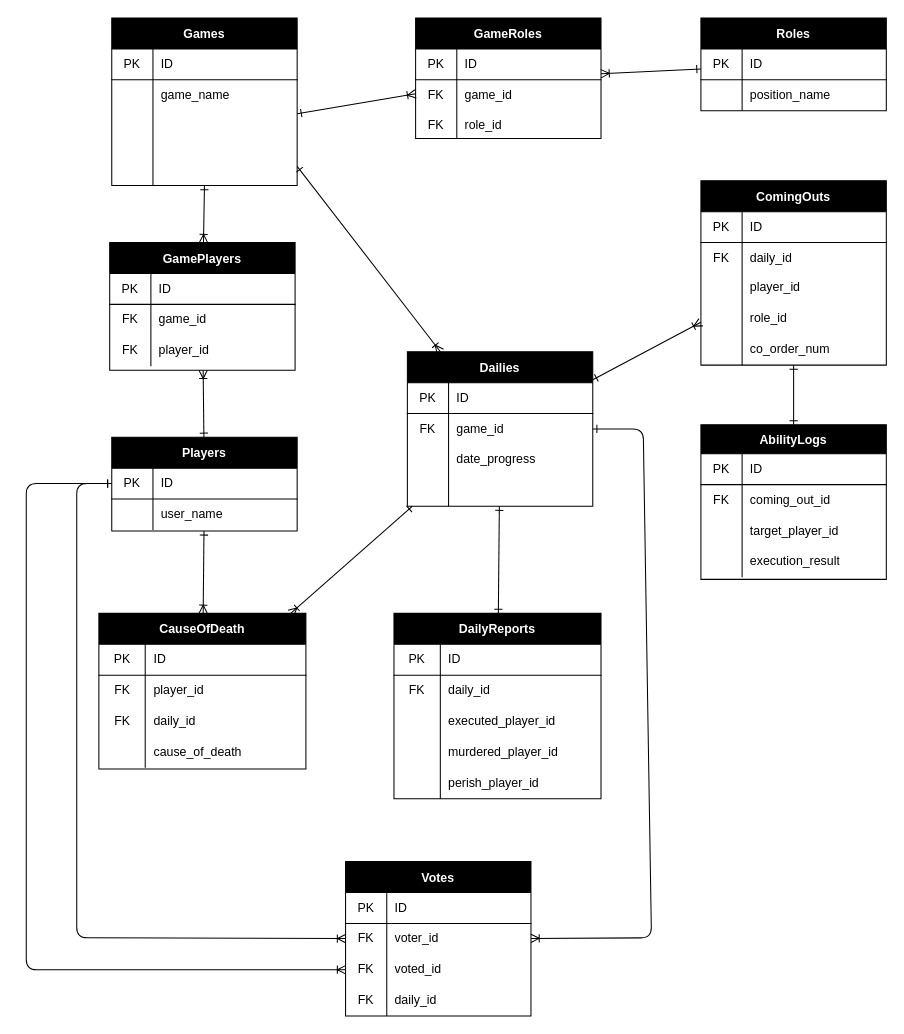
Above: werewolf_analysis.dio in Kamegrueon/backend (draw.io), before the change. Source tidied: cells renumbered, new cells numbered last; positions are measured from the earlier drawing's top-left corner, leaving out a move shared by most shapes. Both pictures are drawn from the tidied source at 103%, with x=0, y=0 at pixel (26, 18).
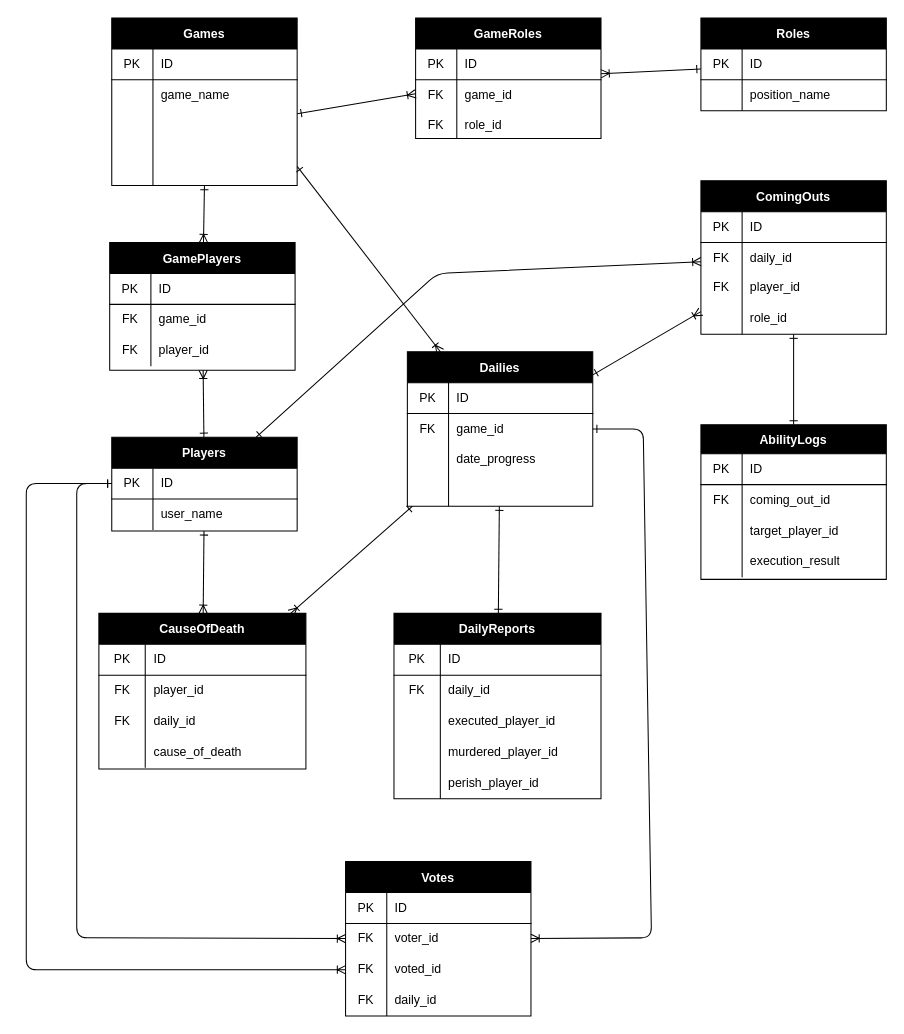
Above is the later version.

The change refers to these unchanged cells:
```xml
<mxCell id="24" style="shape=partialRectangle;html=1;whiteSpace=wrap;fillColor=none;top=0;left=0;bottom=0;right=0;fontColor=#000000;labelBorderColor=default;strokeColor=#000000;" parent="17" vertex="1">
  <mxGeometry y="89" width="180" height="30" as="geometry" />
</mxCell>
<mxCell id="35" value="Players" style="shape=table;startSize=30;childLayout=tableLayout;rowLines=0;fontStyle=1;align=center;strokeColor=#000000;fontColor=#FFFFFF;labelBorderColor=none;columnLines=1;labelBackgroundColor=#000000;fillColor=#000000;" parent="1" vertex="1">
  <mxGeometry x="83" y="407" width="180" height="91" as="geometry" />
</mxCell>
```

Diff of the diagram source:
```diff
@@
     <mxCell id="17" value="ComingOuts" style="shape=table;startSize=30;childLayout=tableLayout;rowLines=0;fontStyle=1;align=center;fontColor=#FFFFFF;labelBorderColor=none;strokeColor=#000000;labelBackgroundColor=#000000;fillColor=#000000;" parent="1" vertex="1">
-      <mxGeometry x="655" y="158" width="180" height="179" as="geometry" />
+      <mxGeometry x="655" y="158" width="180" height="149" as="geometry" />
     </mxCell>
@@
-    <mxCell id="25" style="shape=partialRectangle;html=1;whiteSpace=wrap;fillColor=none;top=0;left=0;bottom=0;right=0;overflow=hidden;fontColor=#000000;labelBorderColor=default;strokeColor=#000000;" parent="24" vertex="1">
+    <mxCell id="25" value="FK" style="shape=partialRectangle;html=1;whiteSpace=wrap;fillColor=none;top=0;left=0;bottom=0;right=0;overflow=hidden;fontColor=#000000;labelBorderColor=none;strokeColor=none;" parent="24" vertex="1">
       <mxGeometry width="40" height="30" as="geometry" />
     </mxCell>
@@
-    <mxCell id="30" style="shape=partialRectangle;html=1;whiteSpace=wrap;fillColor=none;top=0;left=0;bottom=0;right=0;fontColor=#000000;labelBorderColor=default;strokeColor=#000000;" parent="17" vertex="1">
-      <mxGeometry y="149" width="180" height="30" as="geometry" />
-    </mxCell>
-    <mxCell id="31" style="shape=partialRectangle;html=1;whiteSpace=wrap;fillColor=none;top=0;left=0;bottom=0;right=0;overflow=hidden;fontColor=#000000;labelBorderColor=default;strokeColor=#000000;" parent="30" vertex="1">
-      <mxGeometry width="40" height="30" as="geometry" />
-    </mxCell>
-    <mxCell id="32" value="co_order_num" style="shape=partialRectangle;html=1;whiteSpace=wrap;fillColor=none;top=0;left=0;bottom=0;right=0;align=left;spacingLeft=6;overflow=hidden;fontColor=#000000;labelBorderColor=none;strokeColor=#000000;" parent="30" vertex="1">
-      <mxGeometry x="40" width="140" height="30" as="geometry" />
-    </mxCell>
@@
+    <mxCell id="147" style="edgeStyle=none;html=1;strokeColor=#000000;endArrow=ERoneToMany;endFill=0;startArrow=ERone;startFill=0;" parent="1" edge="1" source="35" target="17">
+      <mxGeometry relative="1" as="geometry">
+        <Array as="points">
+          <mxPoint x="399" y="248" />
+        </Array>
+      </mxGeometry>
+    </mxCell>
```
